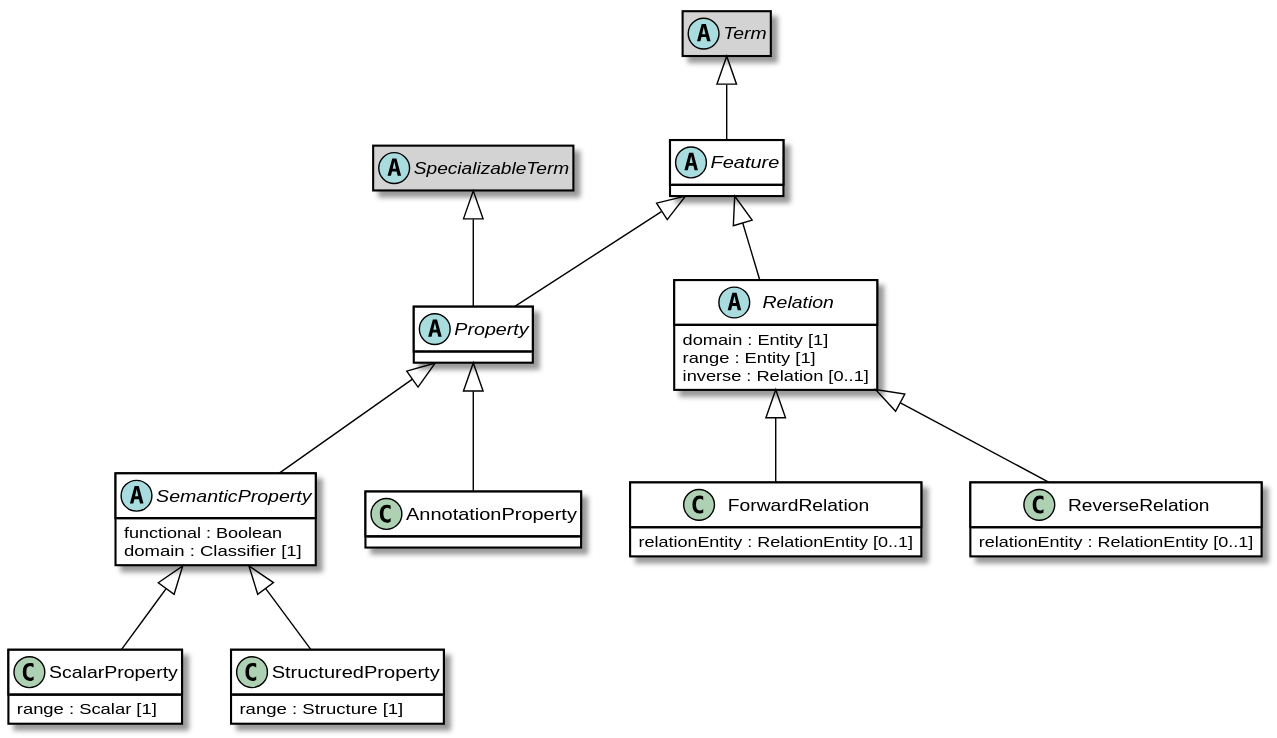
opencaesar/oml keeps this PlantUML diagram as images/oml-Features.svg. Above is the earlier version.
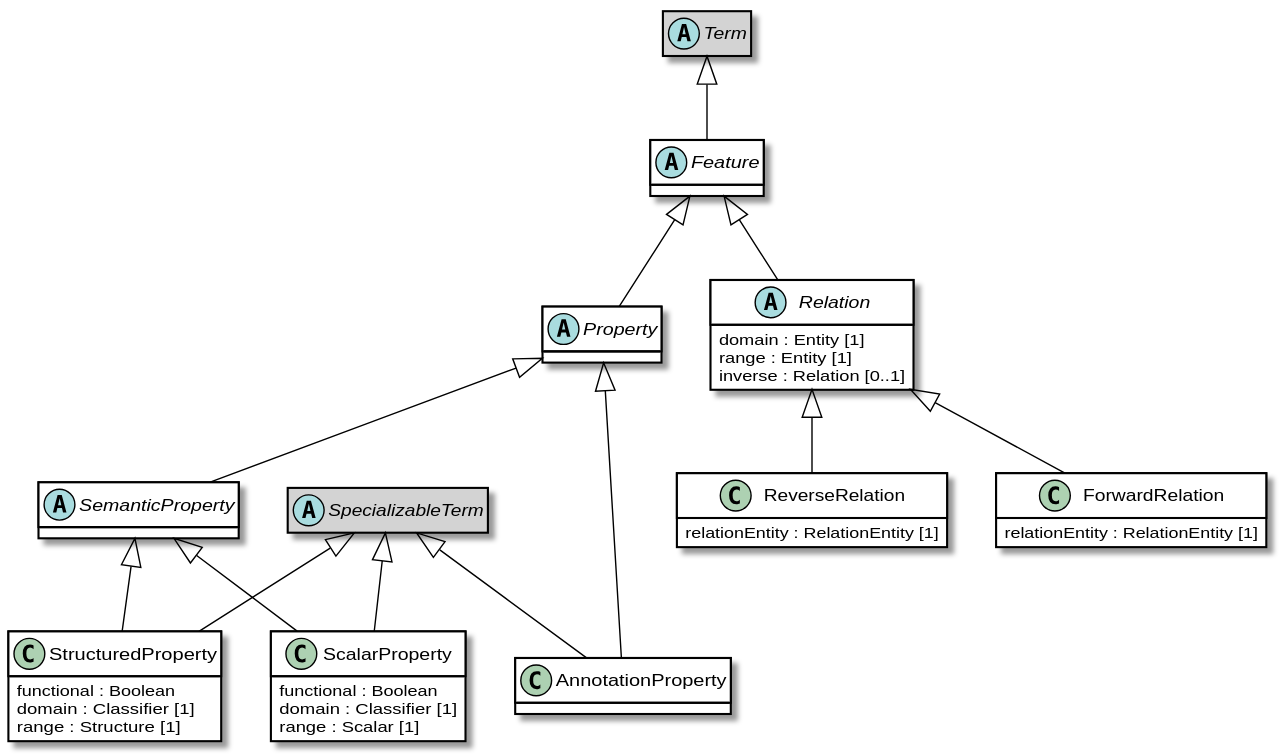
The same diagram one commit later.

What changed in the source:
```diff
@@ -6,21 +6,21 @@
 hide methods
 class AnnotationProperty [[#AnnotationProperty]] #white {
 }
+abstract class SpecializableTerm [[#SpecializableTerm]]
+hide SpecializableTerm members
 AnnotationProperty -up-|> Property [[#Property]]
+AnnotationProperty -up-|> SpecializableTerm [[#SpecializableTerm]]
 abstract class Feature [[#Feature]] #white {
 }
 abstract class Term [[#Term]]
 hide Term members
 Feature -up-|> Term [[#Term]]
 class ForwardRelation [[#ForwardRelation]] #white {
-	relationEntity : RelationEntity [0..1]
+	relationEntity : RelationEntity [1]
 }
 ForwardRelation -up-|> Relation [[#Relation]]
 abstract class Property [[#Property]] #white {
 }
-abstract class SpecializableTerm [[#SpecializableTerm]]
-hide SpecializableTerm members
-Property -up-|> SpecializableTerm [[#SpecializableTerm]]
 Property -up-|> Feature [[#Feature]]
 abstract class Relation [[#Relation]] #white {
 	domain : Entity [1]
@@ -29,20 +29,28 @@
 }
 Relation -up-|> Feature [[#Feature]]
 class ReverseRelation [[#ReverseRelation]] #white {
-	relationEntity : RelationEntity [0..1]
+	relationEntity : RelationEntity [1]
 }
 ReverseRelation -up-|> Relation [[#Relation]]
 class ScalarProperty [[#ScalarProperty]] #white {
+	functional : Boolean
+	domain : Classifier [1]
 	range : Scalar [1]
 }
+abstract class SpecializableTerm [[#SpecializableTerm]]
+hide SpecializableTerm members
 ScalarProperty -up-|> SemanticProperty [[#SemanticProperty]]
+ScalarProperty -up-|> SpecializableTerm [[#SpecializableTerm]]
 abstract class SemanticProperty [[#SemanticProperty]] #white {
-	functional : Boolean
-	domain : Classifier [1]
 }
 SemanticProperty -up-|> Property [[#Property]]
 class StructuredProperty [[#StructuredProperty]] #white {
+	functional : Boolean
+	domain : Classifier [1]
 	range : Structure [1]
 }
+abstract class SpecializableTerm [[#SpecializableTerm]]
+hide SpecializableTerm members
 StructuredProperty -up-|> SemanticProperty [[#SemanticProperty]]
+StructuredProperty -up-|> SpecializableTerm [[#SpecializableTerm]]
 @enduml
```
